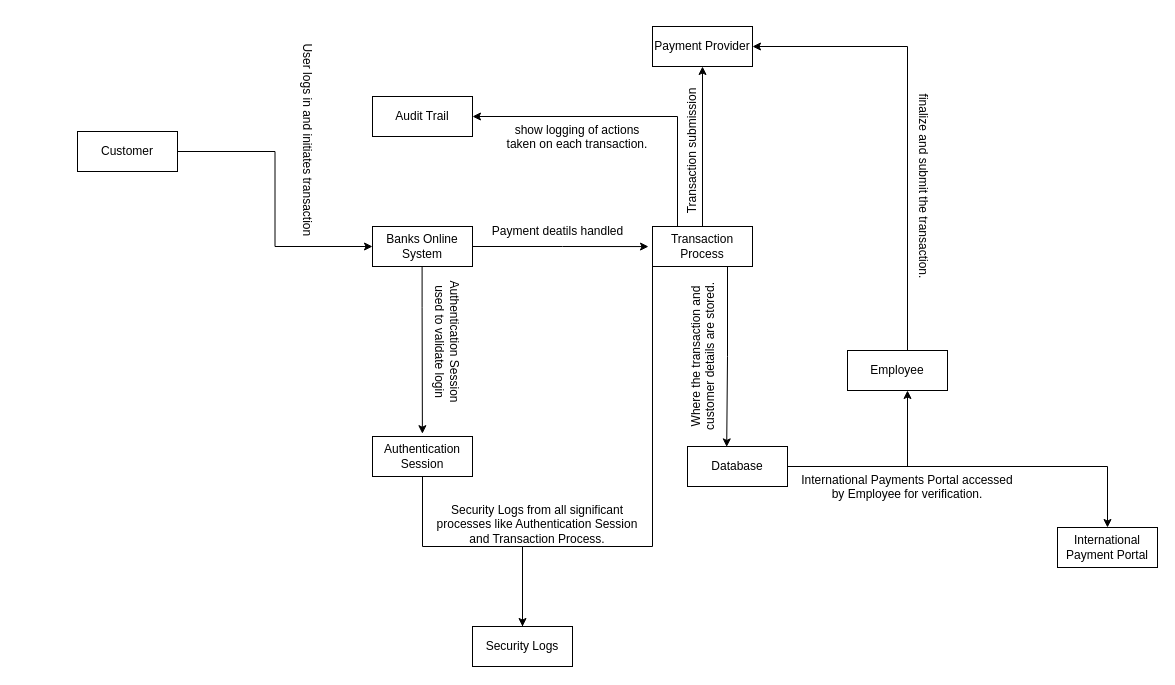
The draw.io diagram APDS DFD.drawio in ST10218221/APDS7311, before the edit. Source tidied: cells renumbered, new cells numbered last; positions are measured from the earlier drawing's top-left corner, leaving out a move shared by most shapes. Both pictures are drawn from the tidied source at 100%, with x=0, y=0 at pixel (77, 26).
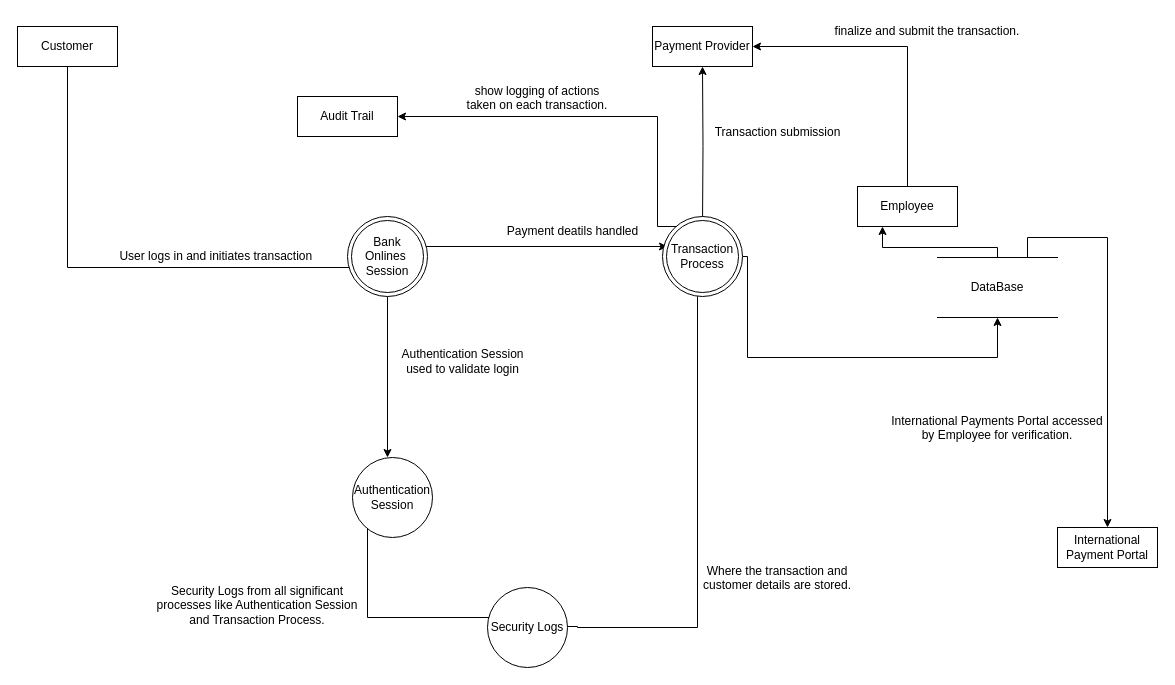
The same page after the edit.

Unchanged cells that the change refers to:
```xml
<mxCell id="14" value="Payment Provider" style="whiteSpace=wrap;html=1;align=center;" parent="1" vertex="1">
  <mxGeometry x="575" width="100" height="40" as="geometry" />
</mxCell>
<mxCell id="15" value="International Payment Portal" style="whiteSpace=wrap;html=1;align=center;" parent="1" vertex="1">
  <mxGeometry x="980" y="501" width="100" height="40" as="geometry" />
</mxCell>
```

Change to the diagram source:
```diff
@@
-    <mxCell id="2" style="edgeStyle=orthogonalEdgeStyle;rounded=0;jettySize=auto;html=1;exitX=1;exitY=0.5;exitDx=0;exitDy=0;entryX=0;entryY=0.5;entryDx=0;entryDy=0;" parent="1" edge="1" source="3" target="6">
-      <mxGeometry relative="1" as="geometry" />
+    <mxCell id="2" style="edgeStyle=orthogonalEdgeStyle;rounded=0;jettySize=auto;html=1;exitX=0.5;exitY=1;exitDx=0;exitDy=0;entryX=0;entryY=0.5;entryDx=0;entryDy=0;" parent="1" edge="1" source="3">
+      <mxGeometry relative="1" as="geometry">
+        <mxPoint x="295" y="220" as="targetPoint" />
+        <Array as="points">
+          <mxPoint x="-10" y="241" />
+          <mxPoint x="295" y="241" />
+        </Array>
+      </mxGeometry>
     </mxCell>
     <mxCell id="3" value="Customer" style="whiteSpace=wrap;html=1;align=center;" parent="1" vertex="1">
-      <mxGeometry y="105" width="100" height="40" as="geometry" />
+      <mxGeometry x="-60" width="100" height="40" as="geometry" />
     </mxCell>
-    <mxCell id="4" style="edgeStyle=orthogonalEdgeStyle;rounded=0;orthogonalLoop=1;jettySize=auto;html=1;exitX=0.5;exitY=1;exitDx=0;exitDy=0;entryX=0.503;entryY=-0.069;entryDx=0;entryDy=0;entryPerimeter=0;" parent="1" edge="1">
-      <mxGeometry relative="1" as="geometry">
-        <mxPoint x="344.6" y="240" as="sourcePoint" />
-        <mxPoint x="344.9" y="407.2" as="targetPoint" />
-        <Array as="points">
-          <mxPoint x="345" y="281" />
-          <mxPoint x="345" y="281" />
-        </Array>
-      </mxGeometry>
-    </mxCell>
-    <mxCell id="5" style="edgeStyle=orthogonalEdgeStyle;rounded=0;jettySize=auto;html=1;exitX=1;exitY=0.5;exitDx=0;exitDy=0;entryX=-0.04;entryY=0.502;entryDx=0;entryDy=0;entryPerimeter=0;" parent="1" edge="1" source="6" target="13">
-      <mxGeometry relative="1" as="geometry" />
-    </mxCell>
-    <mxCell id="6" value="Banks Online System" style="whiteSpace=wrap;html=1;align=center;" parent="1" vertex="1">
-      <mxGeometry x="295" y="200" width="100" height="40" as="geometry" />
-    </mxCell>
+    <mxCell id="32" style="edgeStyle=orthogonalEdgeStyle;rounded=0;jettySize=auto;html=1;entryX=0.063;entryY=0.375;entryDx=0;entryDy=0;entryPerimeter=0;exitX=0.875;exitY=0.375;exitDx=0;exitDy=0;exitPerimeter=0;" parent="1" edge="1" source="37" target="13">
+      <mxGeometry relative="1" as="geometry" />
+    </mxCell>
-    <mxCell id="7" style="edgeStyle=orthogonalEdgeStyle;rounded=0;jettySize=auto;html=1;exitX=0.5;exitY=1;exitDx=0;exitDy=0;entryX=0;entryY=0.5;entryDx=0;entryDy=0;" parent="1" edge="1" source="8" target="21">
+    <mxCell id="7" style="edgeStyle=orthogonalEdgeStyle;rounded=0;jettySize=auto;html=1;" parent="1" edge="1" source="8">
       <mxGeometry relative="1" as="geometry">
+        <mxPoint x="450" y="571" as="targetPoint" />
         <Array as="points">
-          <mxPoint x="345" y="520" />
-          <mxPoint x="445" y="520" />
+          <mxPoint x="290" y="591" />
+          <mxPoint x="445" y="591" />
+          <mxPoint x="445" y="571" />
         </Array>
       </mxGeometry>
     </mxCell>
-    <mxCell id="8" value="Authentication Session" style="whiteSpace=wrap;html=1;align=center;" parent="1" vertex="1">
-      <mxGeometry x="295" y="410" width="100" height="40" as="geometry" />
-    </mxCell>
-    <mxCell id="9" style="edgeStyle=orthogonalEdgeStyle;rounded=0;jettySize=auto;html=1;entryX=0.5;entryY=1;entryDx=0;entryDy=0;" parent="1" edge="1" source="13" target="14">
-      <mxGeometry relative="1" as="geometry" />
+    <mxCell id="9" style="edgeStyle=orthogonalEdgeStyle;rounded=0;jettySize=auto;html=1;entryX=0.5;entryY=1;entryDx=0;entryDy=0;" parent="1" edge="1" target="14">
+      <mxGeometry relative="1" as="geometry">
+        <mxPoint x="625" y="200" as="sourcePoint" />
+      </mxGeometry>
     </mxCell>
-    <mxCell id="10" style="edgeStyle=orthogonalEdgeStyle;rounded=0;jettySize=auto;html=1;exitX=0;exitY=0.75;exitDx=0;exitDy=0;entryX=0.5;entryY=0;entryDx=0;entryDy=0;" parent="1" edge="1" source="13" target="21">
+    <mxCell id="10" style="edgeStyle=orthogonalEdgeStyle;rounded=0;jettySize=auto;html=1;entryX=0.5;entryY=0;entryDx=0;entryDy=0;" parent="1" edge="1" source="13">
       <mxGeometry relative="1" as="geometry">
+        <mxPoint x="445" y="600" as="targetPoint" />
         <Array as="points">
-          <mxPoint x="575" y="520" />
-          <mxPoint x="445" y="520" />
+          <mxPoint x="620" y="601" />
+          <mxPoint x="500" y="601" />
+          <mxPoint x="500" y="600" />
         </Array>
       </mxGeometry>
     </mxCell>
-    <mxCell id="11" style="edgeStyle=orthogonalEdgeStyle;rounded=0;jettySize=auto;html=1;exitX=0.75;exitY=1;exitDx=0;exitDy=0;entryX=0.392;entryY=0.01;entryDx=0;entryDy=0;entryPerimeter=0;" parent="1" edge="1" source="13" target="20">
-      <mxGeometry relative="1" as="geometry" />
-    </mxCell>
-    <mxCell id="12" style="edgeStyle=orthogonalEdgeStyle;rounded=0;jettySize=auto;html=1;exitX=0.25;exitY=0;exitDx=0;exitDy=0;entryX=1;entryY=0.5;entryDx=0;entryDy=0;" parent="1" edge="1" source="13" target="22">
-      <mxGeometry relative="1" as="geometry" />
+    <mxCell id="12" style="edgeStyle=orthogonalEdgeStyle;rounded=0;jettySize=auto;html=1;exitX=0.25;exitY=0;exitDx=0;exitDy=0;entryX=1;entryY=0.5;entryDx=0;entryDy=0;" parent="1" edge="1" target="22">
+      <mxGeometry relative="1" as="geometry">
+        <mxPoint x="600" y="200" as="sourcePoint" />
+        <Array as="points">
+          <mxPoint x="580" y="200" />
+          <mxPoint x="580" y="90" />
+        </Array>
+      </mxGeometry>
     </mxCell>
-    <mxCell id="13" value="Transaction Process" style="whiteSpace=wrap;html=1;align=center;" parent="1" vertex="1">
-      <mxGeometry x="575" y="200" width="100" height="40" as="geometry" />
-    </mxCell>
@@
-    <mxCell id="16" style="edgeStyle=orthogonalEdgeStyle;rounded=0;jettySize=auto;html=1;startArrow=classic;startFill=1;endArrow=none;endFill=0;" parent="1" edge="1" source="18">
-      <mxGeometry relative="1" as="geometry">
-        <mxPoint x="760" y="440" as="targetPoint" />
-        <Array as="points">
-          <mxPoint x="830" y="440" />
-        </Array>
-      </mxGeometry>
-    </mxCell>
@@
     <mxCell id="18" value="Employee" style="whiteSpace=wrap;html=1;align=center;" parent="1" vertex="1">
-      <mxGeometry x="770" y="324" width="100" height="40" as="geometry" />
+      <mxGeometry x="780" y="160" width="100" height="40" as="geometry" />
     </mxCell>
-    <mxCell id="19" style="edgeStyle=orthogonalEdgeStyle;rounded=0;jettySize=auto;html=1;exitX=1;exitY=0.5;exitDx=0;exitDy=0;" parent="1" edge="1" source="20" target="15">
-      <mxGeometry relative="1" as="geometry" />
+    <mxCell id="19" style="edgeStyle=orthogonalEdgeStyle;rounded=0;jettySize=auto;html=1;exitX=0.75;exitY=0;exitDx=0;exitDy=0;" parent="1" edge="1" source="34" target="15">
+      <mxGeometry relative="1" as="geometry">
+        <Array as="points">
+          <mxPoint x="950" y="211" />
+          <mxPoint x="1030" y="211" />
+        </Array>
+      </mxGeometry>
     </mxCell>
-    <mxCell id="20" value="Database" style="whiteSpace=wrap;html=1;align=center;" parent="1" vertex="1">
-      <mxGeometry x="610" y="420" width="100" height="40" as="geometry" />
-    </mxCell>
-    <mxCell id="21" value="Security Logs" style="whiteSpace=wrap;html=1;align=center;" parent="1" vertex="1">
-      <mxGeometry x="395" y="600" width="100" height="40" as="geometry" />
-    </mxCell>
     <mxCell id="22" value="Audit Trail" style="whiteSpace=wrap;html=1;align=center;" parent="1" vertex="1">
-      <mxGeometry x="295" y="70" width="100" height="40" as="geometry" />
+      <mxGeometry x="220" y="70" width="100" height="40" as="geometry" />
     </mxCell>
-    <mxCell id="23" value="User logs in and initiates transaction&amp;nbsp;" style="text;html=1;align=center;verticalAlign=middle;strokeColor=none;fillColor=none;rotation=90;" parent="1" vertex="1">
-      <mxGeometry x="120" y="100" width="220" height="30" as="geometry" />
+    <mxCell id="23" value="User logs in and initiates transaction&amp;nbsp;" style="text;html=1;align=center;verticalAlign=middle;strokeColor=none;fillColor=none;rotation=0;" parent="1" vertex="1">
+      <mxGeometry x="30" y="215" width="220" height="30" as="geometry" />
     </mxCell>
-    <mxCell id="24" value="Authentication Session &lt;br&gt;used to validate login" style="text;html=1;align=center;verticalAlign=middle;strokeColor=none;fillColor=none;rotation=90;" parent="1" vertex="1">
-      <mxGeometry x="295" y="295" width="150" height="40" as="geometry" />
+    <mxCell id="24" value="Authentication Session &lt;br&gt;used to validate login" style="text;html=1;align=center;verticalAlign=middle;strokeColor=none;fillColor=none;rotation=0;" parent="1" vertex="1">
+      <mxGeometry x="310" y="315" width="150" height="40" as="geometry" />
     </mxCell>
     <mxCell id="25" value="Payment deatils handled" style="text;html=1;align=center;verticalAlign=middle;strokeColor=none;fillColor=none;" parent="1" vertex="1">
-      <mxGeometry x="405" y="190" width="150" height="30" as="geometry" />
+      <mxGeometry x="420" y="190" width="150" height="30" as="geometry" />
     </mxCell>
-    <mxCell id="26" value="Transaction submission&lt;br&gt;" style="text;html=1;align=center;verticalAlign=middle;strokeColor=none;fillColor=none;rotation=-90;" parent="1" vertex="1">
-      <mxGeometry x="540" y="110" width="150" height="30" as="geometry" />
+    <mxCell id="26" value="Transaction submission&lt;br&gt;" style="text;html=1;align=center;verticalAlign=middle;strokeColor=none;fillColor=none;rotation=0;" parent="1" vertex="1">
+      <mxGeometry x="625" y="91" width="150" height="30" as="geometry" />
     </mxCell>
-    <mxCell id="27" value="International Payments Portal accessed by Employee for verification." style="text;whiteSpace=wrap;html=1;align=center;" parent="1" vertex="1">
-      <mxGeometry x="720" y="440" width="220" height="40" as="geometry" />
+    <mxCell id="27" value="International Payments Portal accessed by Employee for verification." style="text;whiteSpace=wrap;html=1;align=center;rotation=0;" parent="1" vertex="1">
+      <mxGeometry x="810" y="381" width="220" height="40" as="geometry" />
     </mxCell>
-    <mxCell id="28" value="finalize and submit the transaction." style="text;whiteSpace=wrap;html=1;align=center;rotation=90;" parent="1" vertex="1">
-      <mxGeometry x="730" y="140" width="220" height="40" as="geometry" />
+    <mxCell id="28" value="finalize and submit the transaction." style="text;whiteSpace=wrap;html=1;align=center;rotation=0;" parent="1" vertex="1">
+      <mxGeometry x="740" y="-9" width="220" height="40" as="geometry" />
     </mxCell>
-    <mxCell id="29" value="Where the transaction and customer details are stored." style="text;whiteSpace=wrap;html=1;rotation=-90;align=center;" parent="1" vertex="1">
-      <mxGeometry x="545" y="310" width="160" height="40" as="geometry" />
+    <mxCell id="29" value="Where the transaction and customer details are stored." style="text;whiteSpace=wrap;html=1;rotation=0;align=center;" parent="1" vertex="1">
+      <mxGeometry x="620" y="531" width="160" height="40" as="geometry" />
     </mxCell>
     <mxCell id="30" value="Security Logs from all significant processes like Authentication Session and Transaction Process." style="text;whiteSpace=wrap;html=1;align=center;" parent="1" vertex="1">
-      <mxGeometry x="350" y="470" width="220" height="40" as="geometry" />
+      <mxGeometry x="70" y="551" width="220" height="40" as="geometry" />
     </mxCell>
     <mxCell id="31" value="show logging of actions taken on each transaction." style="text;whiteSpace=wrap;html=1;align=center;" parent="1" vertex="1">
-      <mxGeometry x="425" y="90" width="150" height="40" as="geometry" />
+      <mxGeometry x="385" y="51" width="150" height="40" as="geometry" />
     </mxCell>
+    <mxCell id="33" style="edgeStyle=orthogonalEdgeStyle;rounded=0;jettySize=auto;html=1;entryX=0.25;entryY=1;entryDx=0;entryDy=0;exitX=0.5;exitY=0;exitDx=0;exitDy=0;" parent="1" edge="1" source="34" target="18">
+      <mxGeometry relative="1" as="geometry">
+        <Array as="points">
+          <mxPoint x="920" y="221" />
+          <mxPoint x="805" y="221" />
+        </Array>
+      </mxGeometry>
+    </mxCell>
+    <mxCell id="34" value="DataBase" style="shape=partialRectangle;whiteSpace=wrap;html=1;left=0;right=0;fillColor=none;rounded=0;glass=0;" parent="1" vertex="1">
+      <mxGeometry x="860" y="231" width="120" height="60" as="geometry" />
+    </mxCell>
+    <mxCell id="35" style="edgeStyle=orthogonalEdgeStyle;rounded=0;jettySize=auto;html=1;entryX=0.5;entryY=1;entryDx=0;entryDy=0;exitX=1;exitY=0.5;exitDx=0;exitDy=0;" parent="1" edge="1" source="13" target="34">
+      <mxGeometry relative="1" as="geometry">
+        <Array as="points">
+          <mxPoint x="670" y="230" />
+          <mxPoint x="670" y="331" />
+          <mxPoint x="920" y="331" />
+        </Array>
+      </mxGeometry>
+    </mxCell>
+    <mxCell id="13" value="Transaction&lt;br&gt;Process" style="ellipse;shape=doubleEllipse;whiteSpace=wrap;html=1;rounded=0;glass=0;" parent="1" vertex="1">
+      <mxGeometry x="585" y="190" width="80" height="80" as="geometry" />
+    </mxCell>
+    <mxCell id="21" value="Security Logs" style="ellipse;whiteSpace=wrap;html=1;rounded=0;glass=0;" parent="1" vertex="1">
+      <mxGeometry x="410" y="561" width="80" height="80" as="geometry" />
+    </mxCell>
+    <mxCell id="8" value="Authentication&lt;br&gt;Session" style="ellipse;whiteSpace=wrap;html=1;rounded=0;glass=0;" parent="1" vertex="1">
+      <mxGeometry x="275" y="431" width="80" height="80" as="geometry" />
+    </mxCell>
+    <mxCell id="36" style="edgeStyle=orthogonalEdgeStyle;rounded=0;jettySize=auto;html=1;" parent="1" edge="1" source="37">
+      <mxGeometry relative="1" as="geometry">
+        <mxPoint x="310" y="431" as="targetPoint" />
+      </mxGeometry>
+    </mxCell>
+    <mxCell id="37" value="Bank Onlines&amp;nbsp;&lt;br&gt;Session" style="ellipse;shape=doubleEllipse;whiteSpace=wrap;html=1;rounded=0;glass=0;" parent="1" vertex="1">
+      <mxGeometry x="270" y="190" width="80" height="80" as="geometry" />
+    </mxCell>
```
